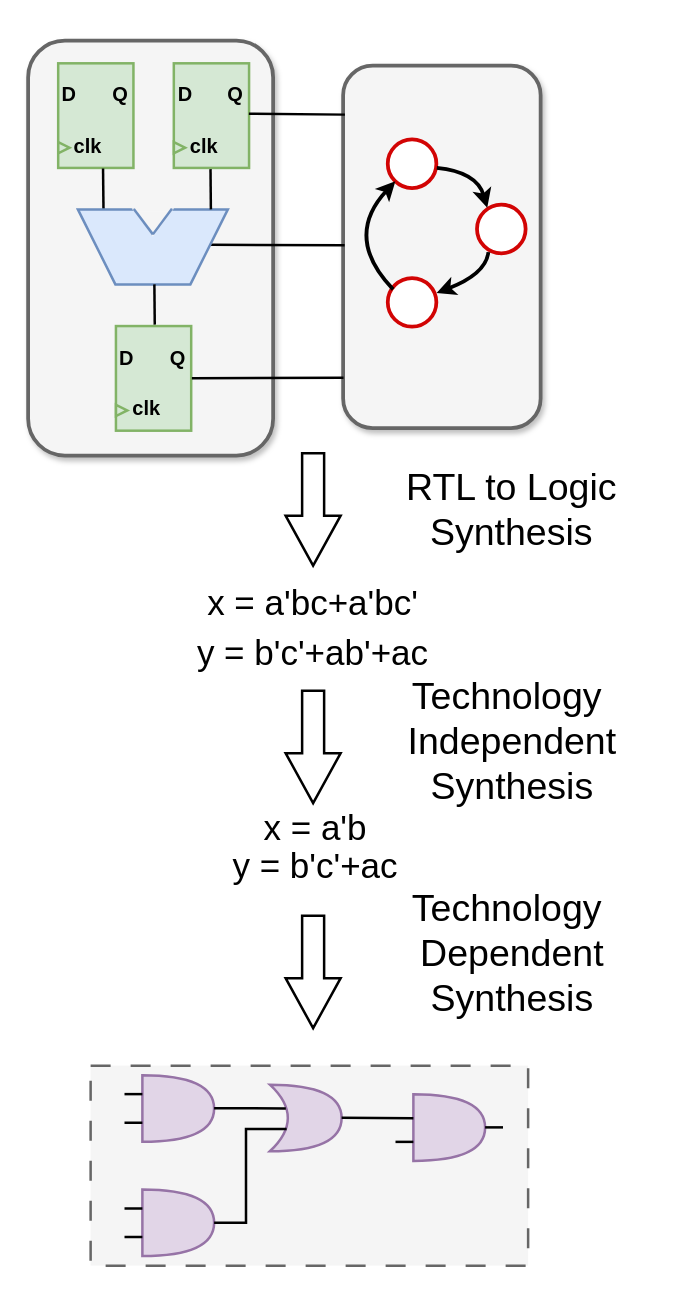
Above: logicsynthesis.drawio in kxzhu0505/LogicSynOpt (draw.io), before the change. Source tidied: cells renumbered, new cells numbered last; positions are measured from the earlier drawing's top-left corner, leaving out a move shared by most shapes. Both pictures are drawn from the tidied source at 125%, with x=0, y=0 at pixel (28, 40).
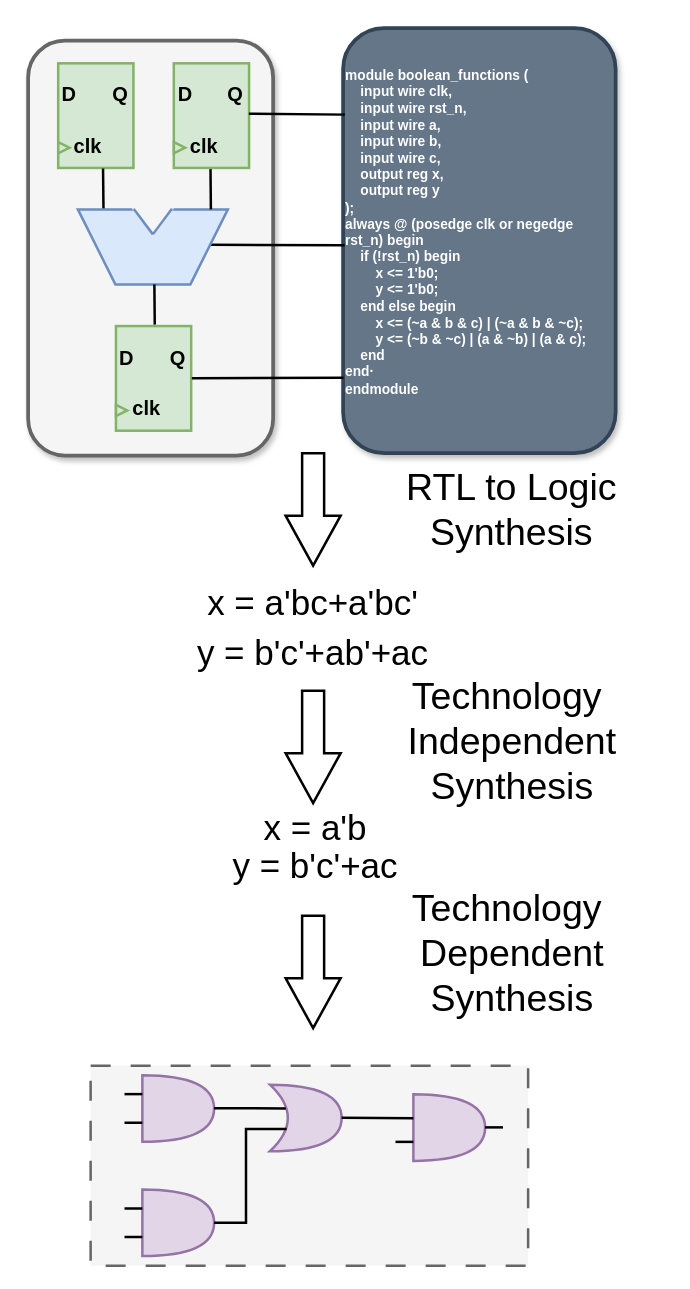
The same diagram, later.

Change to the diagram source:
```diff
@@
-    <mxCell id="2" style="rounded=1;whiteSpace=wrap;html=1;strokeWidth=3;fillColor=#f5f5f5;fontColor=#333333;strokeColor=#666666;shadow=1;" parent="1" vertex="1">
-      <mxGeometry x="252" y="20" width="158" height="290" as="geometry" />
+    <mxCell id="2" value="&lt;div style=&quot;font-size: 11px;&quot;&gt;&lt;b style=&quot;&quot;&gt;&lt;font style=&quot;font-size: 11px;&quot;&gt;module boolean_functions (&lt;/font&gt;&lt;/b&gt;&lt;/div&gt;&lt;div style=&quot;font-size: 11px;&quot;&gt;&lt;b&gt;&lt;font style=&quot;font-size: 11px;&quot;&gt;&amp;nbsp; &amp;nbsp; input wire clk,&lt;/font&gt;&lt;/b&gt;&lt;/div&gt;&lt;div style=&quot;font-size: 11px;&quot;&gt;&lt;b&gt;&lt;font style=&quot;font-size: 11px;&quot;&gt;&amp;nbsp; &amp;nbsp; input wire rst_n,&lt;/font&gt;&lt;/b&gt;&lt;/div&gt;&lt;div style=&quot;font-size: 11px;&quot;&gt;&lt;b&gt;&lt;font style=&quot;font-size: 11px;&quot;&gt;&amp;nbsp; &amp;nbsp; input wire a,&lt;/font&gt;&lt;/b&gt;&lt;/div&gt;&lt;div style=&quot;font-size: 11px;&quot;&gt;&lt;b&gt;&lt;font style=&quot;font-size: 11px;&quot;&gt;&amp;nbsp; &amp;nbsp; input wire b,&lt;/font&gt;&lt;/b&gt;&lt;/div&gt;&lt;div style=&quot;font-size: 11px;&quot;&gt;&lt;b&gt;&lt;font style=&quot;font-size: 11px;&quot;&gt;&amp;nbsp; &amp;nbsp; input wire c,&lt;/font&gt;&lt;/b&gt;&lt;/div&gt;&lt;div style=&quot;font-size: 11px;&quot;&gt;&lt;b&gt;&lt;font style=&quot;font-size: 11px;&quot;&gt;&amp;nbsp; &amp;nbsp; output reg x,&lt;/font&gt;&lt;/b&gt;&lt;/div&gt;&lt;div style=&quot;font-size: 11px;&quot;&gt;&lt;b&gt;&lt;font style=&quot;font-size: 11px;&quot;&gt;&amp;nbsp; &amp;nbsp; output reg y&lt;/font&gt;&lt;/b&gt;&lt;/div&gt;&lt;div style=&quot;font-size: 11px;&quot;&gt;&lt;b&gt;&lt;font style=&quot;font-size: 11px;&quot;&gt;);&lt;/font&gt;&lt;/b&gt;&lt;/div&gt;&lt;div style=&quot;font-size: 11px;&quot;&gt;&lt;b&gt;&lt;font style=&quot;font-size: 11px;&quot;&gt;always @ (posedge clk or negedge rst_n) begin&lt;/font&gt;&lt;/b&gt;&lt;/div&gt;&lt;div style=&quot;font-size: 11px;&quot;&gt;&lt;b&gt;&lt;font style=&quot;font-size: 11px;&quot;&gt;&amp;nbsp; &amp;nbsp; if (!rst_n) begin&lt;/font&gt;&lt;/b&gt;&lt;/div&gt;&lt;div style=&quot;font-size: 11px;&quot;&gt;&lt;b&gt;&lt;font style=&quot;font-size: 11px;&quot;&gt;&amp;nbsp; &amp;nbsp; &amp;nbsp; &amp;nbsp; x &amp;lt;= 1'b0;&lt;/font&gt;&lt;/b&gt;&lt;/div&gt;&lt;div style=&quot;font-size: 11px;&quot;&gt;&lt;b&gt;&lt;font style=&quot;font-size: 11px;&quot;&gt;&amp;nbsp; &amp;nbsp; &amp;nbsp; &amp;nbsp; y &amp;lt;= 1'b0;&lt;/font&gt;&lt;/b&gt;&lt;/div&gt;&lt;div style=&quot;font-size: 11px;&quot;&gt;&lt;b&gt;&lt;font style=&quot;font-size: 11px;&quot;&gt;&amp;nbsp; &amp;nbsp; end else begin&lt;/font&gt;&lt;/b&gt;&lt;/div&gt;&lt;div style=&quot;font-size: 11px;&quot;&gt;&lt;b&gt;&lt;font style=&quot;font-size: 11px;&quot;&gt;&amp;nbsp; &amp;nbsp; &amp;nbsp; &amp;nbsp; x &amp;lt;= (~a &amp;amp; b &amp;amp; c) | (~a &amp;amp; b &amp;amp; ~c);&lt;/font&gt;&lt;/b&gt;&lt;/div&gt;&lt;div style=&quot;font-size: 11px;&quot;&gt;&lt;b&gt;&lt;font style=&quot;font-size: 11px;&quot;&gt;&amp;nbsp; &amp;nbsp; &amp;nbsp; &amp;nbsp; y &amp;lt;= (~b &amp;amp; ~c) | (a &amp;amp; ~b) | (a &amp;amp; c);&lt;/font&gt;&lt;/b&gt;&lt;/div&gt;&lt;div style=&quot;font-size: 11px;&quot;&gt;&lt;b&gt;&lt;font style=&quot;font-size: 11px;&quot;&gt;&amp;nbsp; &amp;nbsp; end&lt;/font&gt;&lt;/b&gt;&lt;/div&gt;&lt;div style=&quot;font-size: 11px;&quot;&gt;&lt;b&gt;&lt;font style=&quot;font-size: 11px;&quot;&gt;end·&lt;/font&gt;&lt;/b&gt;&lt;/div&gt;&lt;div style=&quot;font-size: 11px;&quot;&gt;&lt;b&gt;&lt;font style=&quot;font-size: 11px;&quot;&gt;endmodule&lt;/font&gt;&lt;/b&gt;&lt;/div&gt;&lt;div style=&quot;font-size: 11px;&quot;&gt;&lt;br&gt;&lt;/div&gt;" style="rounded=1;whiteSpace=wrap;html=1;strokeWidth=3;fillColor=#647687;fontColor=#ffffff;strokeColor=#314354;shadow=1;align=left;" parent="1" vertex="1">
+      <mxGeometry x="252" y="-10" width="218" height="340" as="geometry" />
     </mxCell>
@@
-    <mxCell id="58" style="group;" parent="1" vertex="1">
-      <mxGeometry x="252" y="79" width="150" height="150" as="geometry" />
-    </mxCell>
-    <mxCell id="59" style="ellipse;whiteSpace=wrap;html=1;strokeWidth=3;fontFamily=Helvetica;strokeColor=#d20404;" parent="58" vertex="1">
-      <mxGeometry x="35.7" width="38.9" height="38.9" as="geometry" />
-    </mxCell>
-    <mxCell id="60" style="ellipse;whiteSpace=wrap;html=1;strokeWidth=3;fontFamily=Helvetica;strokeColor=#d20404;" parent="58" vertex="1">
-      <mxGeometry x="107.1" y="52.2" width="38.9" height="38.9" as="geometry" />
-    </mxCell>
-    <mxCell id="61" style="ellipse;whiteSpace=wrap;html=1;strokeWidth=3;fontFamily=Helvetica;strokeColor=#d20404;" parent="58" vertex="1">
-      <mxGeometry x="35.7" y="110.9" width="38.9" height="38.9" as="geometry" />
-    </mxCell>
-    <mxCell id="62" style="curved=1;endArrow=classic;html=1;rounded=0;strokeWidth=3;exitX=0.427;exitY=1.016;exitDx=0;exitDy=0;exitPerimeter=0;fontFamily=Helvetica;" parent="58" edge="1" target="59">
-      <mxGeometry relative="1" as="geometry">
-        <mxPoint x="40" y="120" as="sourcePoint" />
-        <Array as="points">
-          <mxPoint y="78.3" />
-        </Array>
-      </mxGeometry>
-    </mxCell>
-    <mxCell id="63" style="curved=1;endArrow=classic;html=1;rounded=0;strokeWidth=3;exitX=1.009;exitY=0.588;exitDx=0;exitDy=0;exitPerimeter=0;entryX=0.211;entryY=0.066;entryDx=0;entryDy=0;entryPerimeter=0;fontFamily=Helvetica;" parent="58" edge="1" source="59" target="60">
-      <mxGeometry relative="1" as="geometry">
-        <Array as="points">
-          <mxPoint x="107.1" y="26.1" />
-        </Array>
-      </mxGeometry>
-    </mxCell>
-    <mxCell id="64" style="curved=1;endArrow=classic;html=1;rounded=0;strokeWidth=3;exitX=0.234;exitY=0.976;exitDx=0;exitDy=0;exitPerimeter=0;entryX=1.004;entryY=0.308;entryDx=0;entryDy=0;entryPerimeter=0;fontFamily=Helvetica;" parent="58" edge="1" source="60" target="61">
-      <mxGeometry relative="1" as="geometry">
-        <Array as="points">
-          <mxPoint x="114.3" y="107.6" />
-        </Array>
-      </mxGeometry>
-    </mxCell>
```
